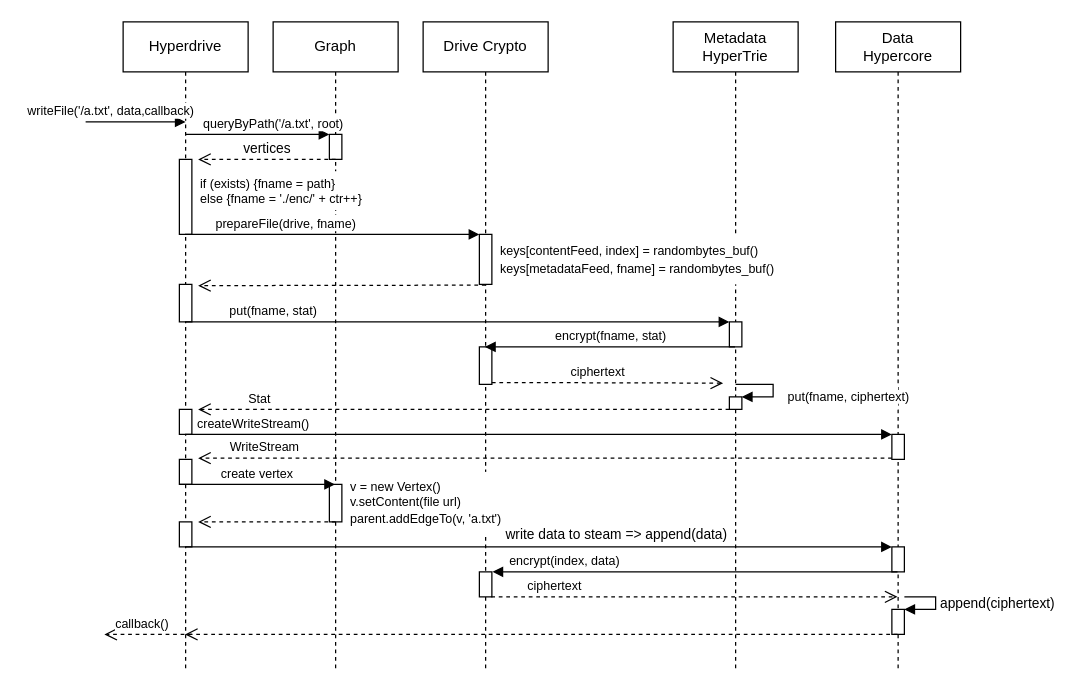
Above: docs/architecture-write.drawio in fsteff/certacrypt (draw.io), before the change. Source tidied: cells renumbered, new cells numbered last; positions are measured from the earlier drawing's top-left corner, leaving out a move shared by most shapes. Both pictures are drawn from the tidied source at 125%, with x=0, y=0 at pixel (85, 21).
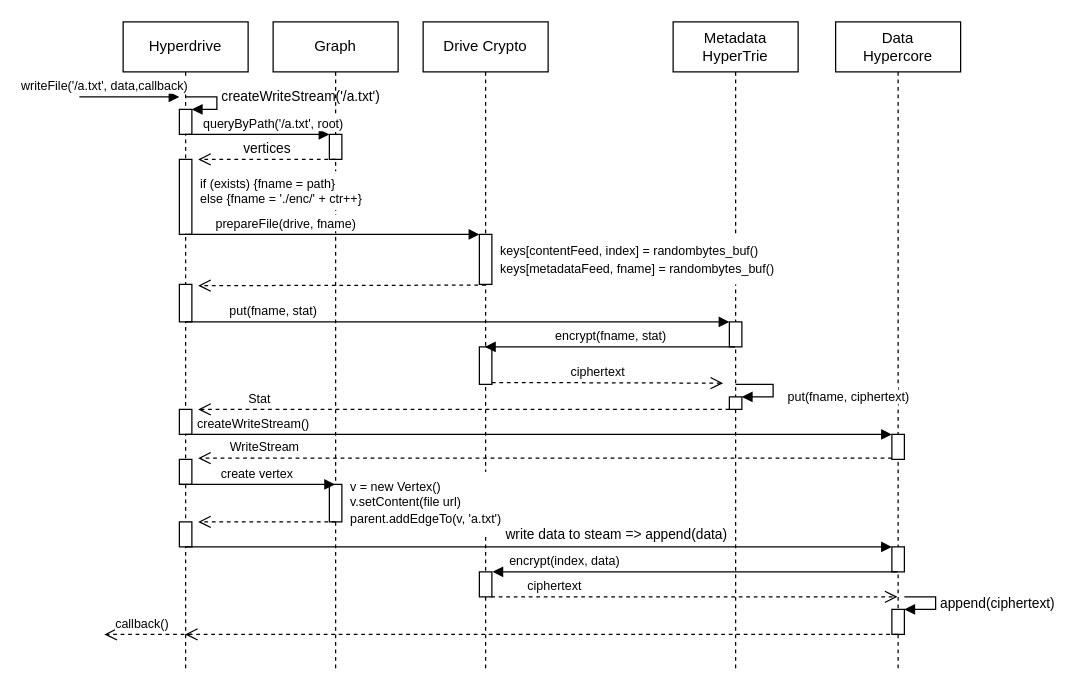
After the change.

Unchanged cells that the change refers to:
```xml
<mxCell id="2" value="Hyperdrive" style="shape=umlLifeline;perimeter=lifelinePerimeter;whiteSpace=wrap;html=1;outlineConnect=0;" parent="1" vertex="1">
  <mxGeometry x="30" width="100" height="520" as="geometry" />
</mxCell>
```

The edit, as a diff of the source:
```diff
@@
+    <mxCell id="48" style="html=1;points=[];perimeter=orthogonalPerimeter;" parent="2" vertex="1">
+      <mxGeometry x="45" y="70" width="10" height="20" as="geometry" />
+    </mxCell>
+    <mxCell id="49" value="createWriteStream('/a.txt')" style="edgeStyle=orthogonalEdgeStyle;html=1;align=left;spacingLeft=2;endArrow=block;rounded=0;entryX=1;entryY=0;" parent="2" edge="1" target="48">
+      <mxGeometry relative="1" as="geometry">
+        <mxPoint x="55" y="60" as="sourcePoint" />
+        <Array as="points">
+          <mxPoint x="50" y="60" />
+          <mxPoint x="75" y="60" />
+          <mxPoint x="75" y="70" />
+        </Array>
+      </mxGeometry>
+    </mxCell>
@@
     <mxCell id="17" value="&lt;font style=&quot;font-size: 10px&quot;&gt;writeFile('/a.txt', data,callback)&lt;/font&gt;" style="html=1;verticalAlign=bottom;endArrow=block;" parent="1" edge="1">
       <mxGeometry x="-0.5" relative="1" as="geometry">
-        <mxPoint y="80" as="sourcePoint" />
-        <mxPoint x="80" y="80" as="targetPoint" />
+        <mxPoint x="-5" y="60" as="sourcePoint" />
+        <mxPoint x="75" y="60" as="targetPoint" />
       </mxGeometry>
     </mxCell>
```
